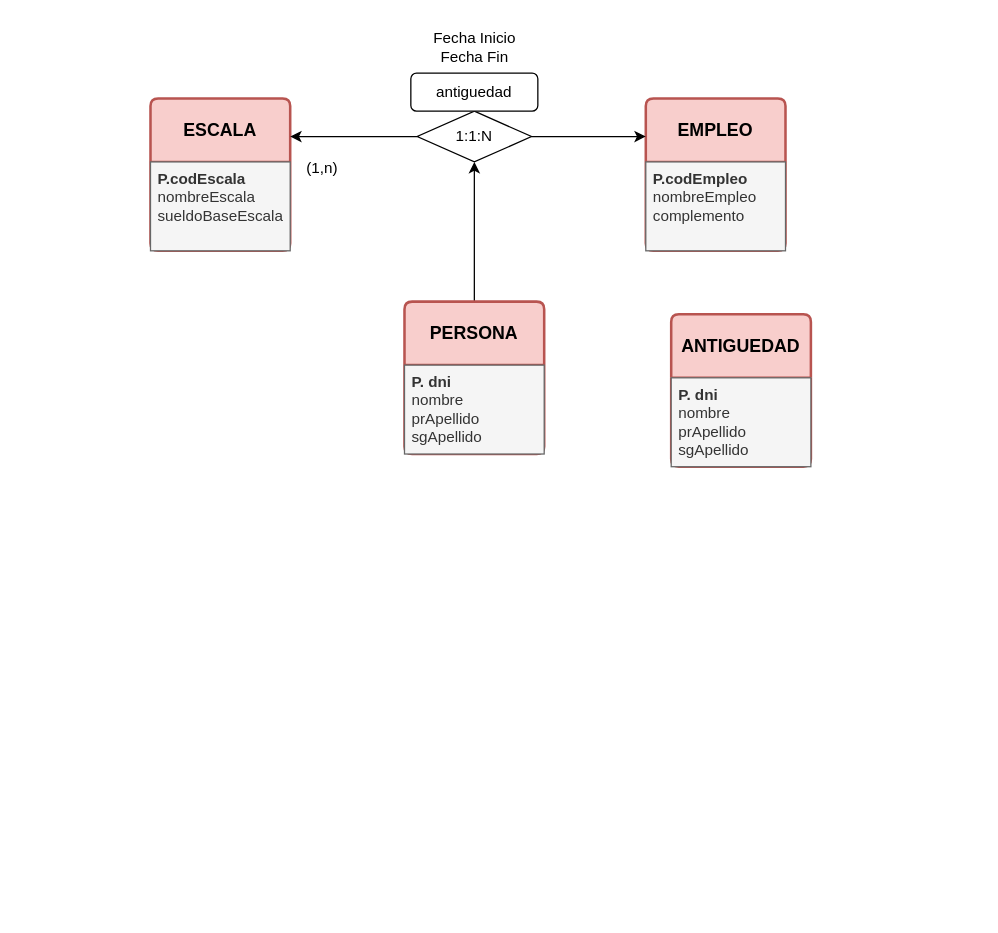
JonatanCarMar/Diagrams keeps this draw.io diagram as Gobierno_del_dato_Modelo_9.drawio. Above is the earlier version. Source tidied: cells renumbered, new cells numbered last; positions are measured from the earlier drawing's top-left corner, leaving out a move shared by most shapes. Both pictures are drawn from the tidied source at 127%, with x=0, y=0 at pixel (150, 22).
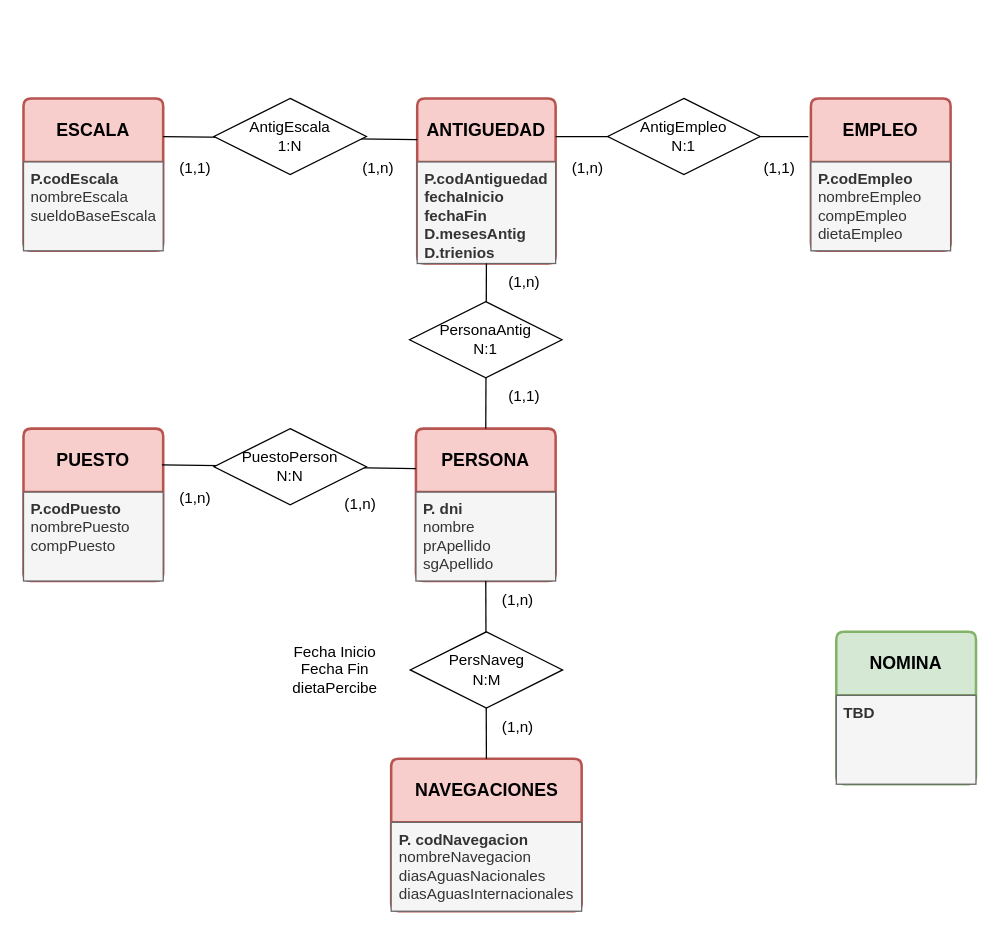
The same page after the edit.

What changed in the source:
```diff
@@
-    <mxCell id="2" style="edgeStyle=orthogonalEdgeStyle;rounded=0;jettySize=auto;html=1;" parent="1" edge="1" source="3" target="11">
-      <mxGeometry relative="1" as="geometry" />
-    </mxCell>
     <mxCell id="3" value="&lt;b&gt;PERSONA&lt;/b&gt;" style="swimlane;horizontal=1;startSize=50;rounded=1;fontSize=14;fontStyle=0;strokeWidth=2;shadow=0;dashed=0;align=center;arcSize=4;whiteSpace=wrap;html=1;fillColor=#f8cecc;strokeColor=#b85450;" parent="1" vertex="1">
-      <mxGeometry x="200" y="220" width="110" height="120" as="geometry" />
+      <mxGeometry x="209" y="320" width="110" height="120" as="geometry" />
     </mxCell>
@@
     <mxCell id="5" value="&lt;b&gt;ESCALA&lt;/b&gt;" style="swimlane;horizontal=1;startSize=50;rounded=1;fontSize=14;fontStyle=0;strokeWidth=2;shadow=0;dashed=0;align=center;arcSize=4;whiteSpace=wrap;html=1;fillColor=#f8cecc;strokeColor=#b85450;" parent="1" vertex="1">
-      <mxGeometry y="60" width="110" height="120" as="geometry" />
+      <mxGeometry x="-100" y="60" width="110" height="120" as="geometry" />
     </mxCell>
@@
     <mxCell id="7" value="&lt;b&gt;EMPLEO&lt;/b&gt;" style="swimlane;horizontal=1;startSize=50;rounded=1;fontSize=14;fontStyle=0;strokeWidth=2;shadow=0;align=center;arcSize=4;whiteSpace=wrap;html=1;fillColor=#f8cecc;strokeColor=#b85450;swimlaneLine=1;" parent="1" vertex="1">
-      <mxGeometry x="390" y="60" width="110" height="120" as="geometry" />
+      <mxGeometry x="520" y="60" width="110" height="120" as="geometry" />
     </mxCell>
-    <mxCell id="8" value="&lt;b&gt;P.codEmpleo&lt;br&gt;&lt;/b&gt;nombreEmpleo&lt;br&gt;complemento" style="align=left;strokeColor=#666666;fillColor=#f5f5f5;spacingLeft=4;fontSize=12;verticalAlign=top;html=1;fontColor=#333333;" parent="7" vertex="1">
+    <mxCell id="8" value="&lt;b&gt;P.codEmpleo&lt;br&gt;&lt;/b&gt;nombreEmpleo&lt;br&gt;compEmpleo&lt;br&gt;dietaEmpleo" style="align=left;strokeColor=#666666;fillColor=#f5f5f5;spacingLeft=4;fontSize=12;verticalAlign=top;html=1;fontColor=#333333;" parent="7" vertex="1">
       <mxGeometry y="50" width="110" height="70" as="geometry" />
     </mxCell>
-    <mxCell id="9" style="edgeStyle=orthogonalEdgeStyle;rounded=0;jettySize=auto;html=1;entryX=1;entryY=0.25;entryDx=0;entryDy=0;" parent="1" edge="1" source="11" target="5">
-      <mxGeometry relative="1" as="geometry" />
-    </mxCell>
-    <mxCell id="10" style="edgeStyle=orthogonalEdgeStyle;rounded=0;jettySize=auto;html=1;entryX=0;entryY=0.25;entryDx=0;entryDy=0;" parent="1" edge="1" source="11" target="7">
-      <mxGeometry relative="1" as="geometry" />
-    </mxCell>
-    <mxCell id="11" value="1:1:N" style="shape=rhombus;perimeter=rhombusPerimeter;whiteSpace=wrap;html=1;align=center;" parent="1" vertex="1">
-      <mxGeometry x="210" y="70" width="90" height="40" as="geometry" />
-    </mxCell>
-    <mxCell id="12" value="antiguedad" style="rounded=1;whiteSpace=wrap;html=1;" parent="1" vertex="1">
-      <mxGeometry x="205" y="40" width="100" height="30" as="geometry" />
-    </mxCell>
-    <mxCell id="13" value="(1,n)" style="text;html=1;align=center;verticalAlign=middle;strokeColor=none;fillColor=none;" parent="1" vertex="1">
-      <mxGeometry x="110" y="100" width="50" height="30" as="geometry" />
+    <mxCell id="13" value="(1,1)" style="text;html=1;align=center;verticalAlign=middle;strokeColor=none;fillColor=none;" parent="1" vertex="1">
+      <mxGeometry x="10" y="100" width="50" height="30" as="geometry" />
     </mxCell>
-    <mxCell id="14" value="Fecha Inicio&lt;br&gt;Fecha Fin" style="text;html=1;align=center;verticalAlign=middle;strokeColor=none;fillColor=none;" parent="1" vertex="1">
-      <mxGeometry x="210" width="90" height="40" as="geometry" />
-    </mxCell>
     <mxCell id="15" value="&lt;b&gt;ANTIGUEDAD&lt;/b&gt;" style="swimlane;horizontal=1;startSize=50;rounded=1;fontSize=14;fontStyle=0;strokeWidth=2;shadow=0;dashed=0;align=center;arcSize=4;whiteSpace=wrap;html=1;fillColor=#f8cecc;strokeColor=#b85450;" parent="1" vertex="1">
-      <mxGeometry x="410" y="230" width="110" height="120" as="geometry" />
+      <mxGeometry x="210" y="60" width="109" height="130" as="geometry" />
     </mxCell>
-    <mxCell id="16" value="&lt;b&gt;P. dni&lt;br&gt;&lt;/b&gt;nombre&lt;br&gt;prApellido&lt;br&gt;sgApellido" style="align=left;strokeColor=#666666;fillColor=#f5f5f5;spacingLeft=4;fontSize=12;verticalAlign=top;html=1;fontColor=#333333;" parent="15" vertex="1">
-      <mxGeometry y="50" width="110" height="70" as="geometry" />
+    <mxCell id="16" value="&lt;b&gt;P.codAntiguedad&lt;br&gt;fechaInicio&lt;br&gt;fechaFin&lt;br&gt;D.mesesAntig&lt;br&gt;D.trienios&lt;br&gt;&lt;/b&gt;" style="align=left;strokeColor=#666666;fillColor=#f5f5f5;spacingLeft=4;fontSize=12;verticalAlign=top;html=1;fontColor=#333333;" parent="15" vertex="1">
+      <mxGeometry y="50" width="109" height="80" as="geometry" />
     </mxCell>
+    <mxCell id="17" style="endArrow=none;html=1;rounded=0;exitX=1;exitY=0.25;exitDx=0;exitDy=0;entryX=0;entryY=0.25;entryDx=0;entryDy=0;" parent="1" edge="1" source="5" target="15">
+      <mxGeometry relative="1" as="geometry" />
+    </mxCell>
+    <mxCell id="18" style="endArrow=none;html=1;rounded=0;exitX=1;exitY=0.25;exitDx=0;exitDy=0;entryX=0;entryY=0.25;entryDx=0;entryDy=0;" parent="1" edge="1">
+      <mxGeometry relative="1" as="geometry">
+        <mxPoint x="319" y="90" as="sourcePoint" />
+        <mxPoint x="518" y="90" as="targetPoint" />
+      </mxGeometry>
+    </mxCell>
+    <mxCell id="19" style="endArrow=none;html=1;rounded=0;exitX=0.5;exitY=0;exitDx=0;exitDy=0;entryX=0.5;entryY=1;entryDx=0;entryDy=0;" parent="1" edge="1" source="3" target="15">
+      <mxGeometry relative="1" as="geometry" />
+    </mxCell>
+    <mxCell id="20" value="AntigEscala&lt;br&gt;1:N" style="shape=rhombus;perimeter=rhombusPerimeter;whiteSpace=wrap;html=1;align=center;" parent="1" vertex="1">
+      <mxGeometry x="50" y="60" width="120" height="60" as="geometry" />
+    </mxCell>
+    <mxCell id="21" value="(1,1)" style="text;html=1;align=center;verticalAlign=middle;strokeColor=none;fillColor=none;" parent="1" vertex="1">
+      <mxGeometry x="470" y="100" width="50" height="30" as="geometry" />
+    </mxCell>
+    <mxCell id="22" value="(1,n)" style="text;html=1;align=center;verticalAlign=middle;strokeColor=none;fillColor=none;" parent="1" vertex="1">
+      <mxGeometry x="319" y="100" width="50" height="30" as="geometry" />
+    </mxCell>
+    <mxCell id="23" value="(1,n)" style="text;html=1;align=center;verticalAlign=middle;strokeColor=none;fillColor=none;" parent="1" vertex="1">
+      <mxGeometry x="269" y="190" width="50" height="30" as="geometry" />
+    </mxCell>
+    <mxCell id="24" value="(1,1)" style="text;html=1;align=center;verticalAlign=middle;strokeColor=none;fillColor=none;" parent="1" vertex="1">
+      <mxGeometry x="269" y="280" width="50" height="30" as="geometry" />
+    </mxCell>
+    <mxCell id="25" value="AntigEmpleo&lt;br&gt;N:1" style="shape=rhombus;perimeter=rhombusPerimeter;whiteSpace=wrap;html=1;align=center;" parent="1" vertex="1">
+      <mxGeometry x="360" y="60" width="120" height="60" as="geometry" />
+    </mxCell>
+    <mxCell id="26" value="PersonaAntig&lt;br&gt;N:1" style="shape=rhombus;perimeter=rhombusPerimeter;whiteSpace=wrap;html=1;align=center;" parent="1" vertex="1">
+      <mxGeometry x="204" y="220" width="120" height="60" as="geometry" />
+    </mxCell>
+    <mxCell id="27" value="&lt;b&gt;PUESTO&lt;/b&gt;" style="swimlane;horizontal=1;startSize=50;rounded=1;fontSize=14;fontStyle=0;strokeWidth=2;shadow=0;dashed=0;align=center;arcSize=4;whiteSpace=wrap;html=1;fillColor=#f8cecc;strokeColor=#b85450;" parent="1" vertex="1">
+      <mxGeometry x="-100" y="320" width="110" height="120" as="geometry" />
+    </mxCell>
+    <mxCell id="28" value="&lt;b&gt;P.codPuesto&lt;br&gt;&lt;/b&gt;nombrePuesto&lt;br&gt;compPuesto" style="align=left;strokeColor=#666666;fillColor=#f5f5f5;spacingLeft=4;fontSize=12;verticalAlign=top;html=1;fontColor=#333333;" parent="27" vertex="1">
+      <mxGeometry y="50" width="110" height="70" as="geometry" />
+    </mxCell>
+    <mxCell id="29" value="(1,n)" style="text;html=1;align=center;verticalAlign=middle;strokeColor=none;fillColor=none;" parent="1" vertex="1">
+      <mxGeometry x="10" y="360" width="50" height="30" as="geometry" />
+    </mxCell>
+    <mxCell id="30" style="endArrow=none;html=1;rounded=0;exitX=1;exitY=0.25;exitDx=0;exitDy=0;entryX=0;entryY=0.25;entryDx=0;entryDy=0;" parent="1" edge="1">
+      <mxGeometry relative="1" as="geometry">
+        <mxPoint x="9" y="348.5" as="sourcePoint" />
+        <mxPoint x="209" y="351.5" as="targetPoint" />
+      </mxGeometry>
+    </mxCell>
+    <mxCell id="31" value="PuestoPerson&lt;br&gt;N:N" style="shape=rhombus;perimeter=rhombusPerimeter;whiteSpace=wrap;html=1;align=center;" parent="1" vertex="1">
+      <mxGeometry x="50" y="320" width="120" height="60" as="geometry" />
+    </mxCell>
+    <mxCell id="32" value="(1,n)" style="text;html=1;align=center;verticalAlign=middle;strokeColor=none;fillColor=none;" parent="1" vertex="1">
+      <mxGeometry x="140" y="365" width="50" height="30" as="geometry" />
+    </mxCell>
+    <mxCell id="33" value="&lt;b&gt;NOMINA&lt;/b&gt;" style="swimlane;horizontal=1;startSize=50;rounded=1;fontSize=14;fontStyle=0;strokeWidth=2;shadow=0;dashed=0;align=center;arcSize=4;whiteSpace=wrap;html=1;fillColor=#d5e8d4;strokeColor=#82b366;" parent="1" vertex="1">
+      <mxGeometry x="540" y="480" width="110" height="120" as="geometry" />
+    </mxCell>
+    <mxCell id="34" value="&lt;b&gt;TBD&lt;/b&gt;" style="align=left;strokeColor=#666666;fillColor=#f5f5f5;spacingLeft=4;fontSize=12;verticalAlign=top;html=1;fontColor=#333333;" parent="33" vertex="1">
+      <mxGeometry y="50" width="110" height="70" as="geometry" />
+    </mxCell>
+    <mxCell id="35" value="&lt;b&gt;NAVEGACIONES&lt;/b&gt;" style="swimlane;horizontal=1;startSize=50;rounded=1;fontSize=14;fontStyle=0;strokeWidth=2;shadow=0;dashed=0;align=center;arcSize=4;whiteSpace=wrap;html=1;fillColor=#f8cecc;strokeColor=#b85450;" parent="1" vertex="1">
+      <mxGeometry x="189.5" y="580" width="150" height="120" as="geometry" />
+    </mxCell>
+    <mxCell id="36" value="&lt;b&gt;P. codNavegacion&lt;br&gt;&lt;/b&gt;nombreNavegacion&lt;br&gt;diasAguasNacionales&lt;br&gt;diasAguasInternacionales" style="align=left;strokeColor=#666666;fillColor=#f5f5f5;spacingLeft=4;fontSize=12;verticalAlign=top;html=1;fontColor=#333333;" parent="35" vertex="1">
+      <mxGeometry y="50" width="150" height="70" as="geometry" />
+    </mxCell>
+    <mxCell id="37" value="(1,n)" style="text;html=1;align=center;verticalAlign=middle;strokeColor=none;fillColor=none;" parent="1" vertex="1">
+      <mxGeometry x="154" y="100" width="50" height="30" as="geometry" />
+    </mxCell>
+    <mxCell id="38" style="endArrow=none;html=1;rounded=0;exitX=0.5;exitY=1;exitDx=0;exitDy=0;entryX=0.5;entryY=0;entryDx=0;entryDy=0;" parent="1" edge="1" source="3" target="35">
+      <mxGeometry relative="1" as="geometry" />
+    </mxCell>
+    <mxCell id="39" value="PersNaveg&lt;br&gt;N:M" style="shape=rhombus;perimeter=rhombusPerimeter;whiteSpace=wrap;html=1;align=center;" parent="1" vertex="1">
+      <mxGeometry x="204.5" y="480" width="120" height="60" as="geometry" />
+    </mxCell>
+    <mxCell id="40" value="(1,n)" style="text;html=1;align=center;verticalAlign=middle;strokeColor=none;fillColor=none;" parent="1" vertex="1">
+      <mxGeometry x="264" y="440" width="50" height="30" as="geometry" />
+    </mxCell>
+    <mxCell id="41" value="(1,n)" style="text;html=1;align=center;verticalAlign=middle;strokeColor=none;fillColor=none;" parent="1" vertex="1">
+      <mxGeometry x="264" y="540" width="50" height="30" as="geometry" />
+    </mxCell>
+    <mxCell id="42" value="Fecha Inicio&lt;br&gt;Fecha Fin&lt;br&gt;dietaPercibe" style="text;html=1;align=center;verticalAlign=middle;strokeColor=none;fillColor=none;" parent="1" vertex="1">
+      <mxGeometry x="100" y="480" width="90" height="60" as="geometry" />
+    </mxCell>
```
